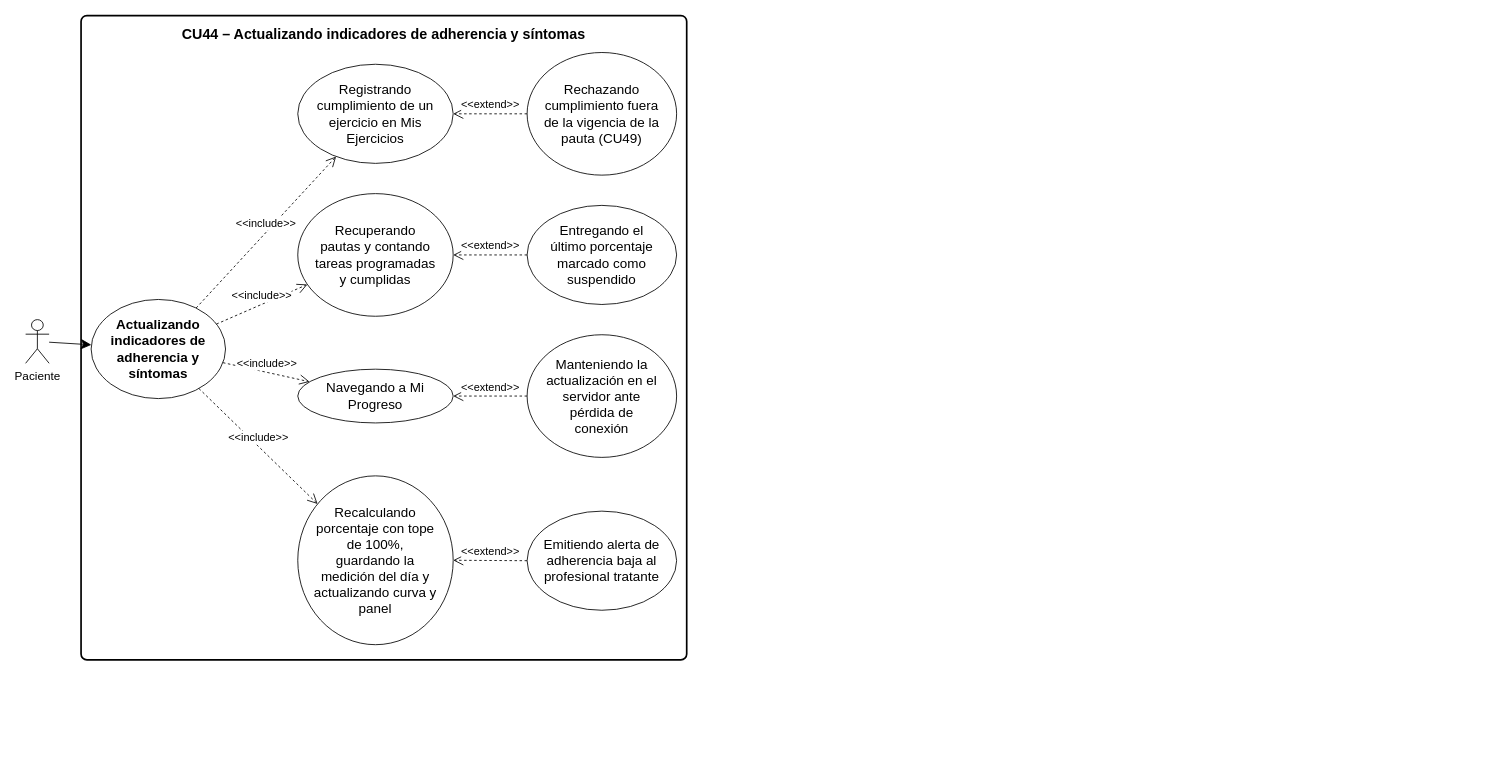
souln4me/IDS_Documentacion_Grupo17 keeps this draw.io diagram as Documento 0/Diagramas de CU/CU44.drawio. Above is the earlier version. Source tidied: cells renumbered, new cells numbered last; positions are measured from the earlier drawing's top-left corner, leaving out a move shared by most shapes. Both pictures are drawn from the tidied source at 84%, with x=0, y=0 at pixel (25, 15).
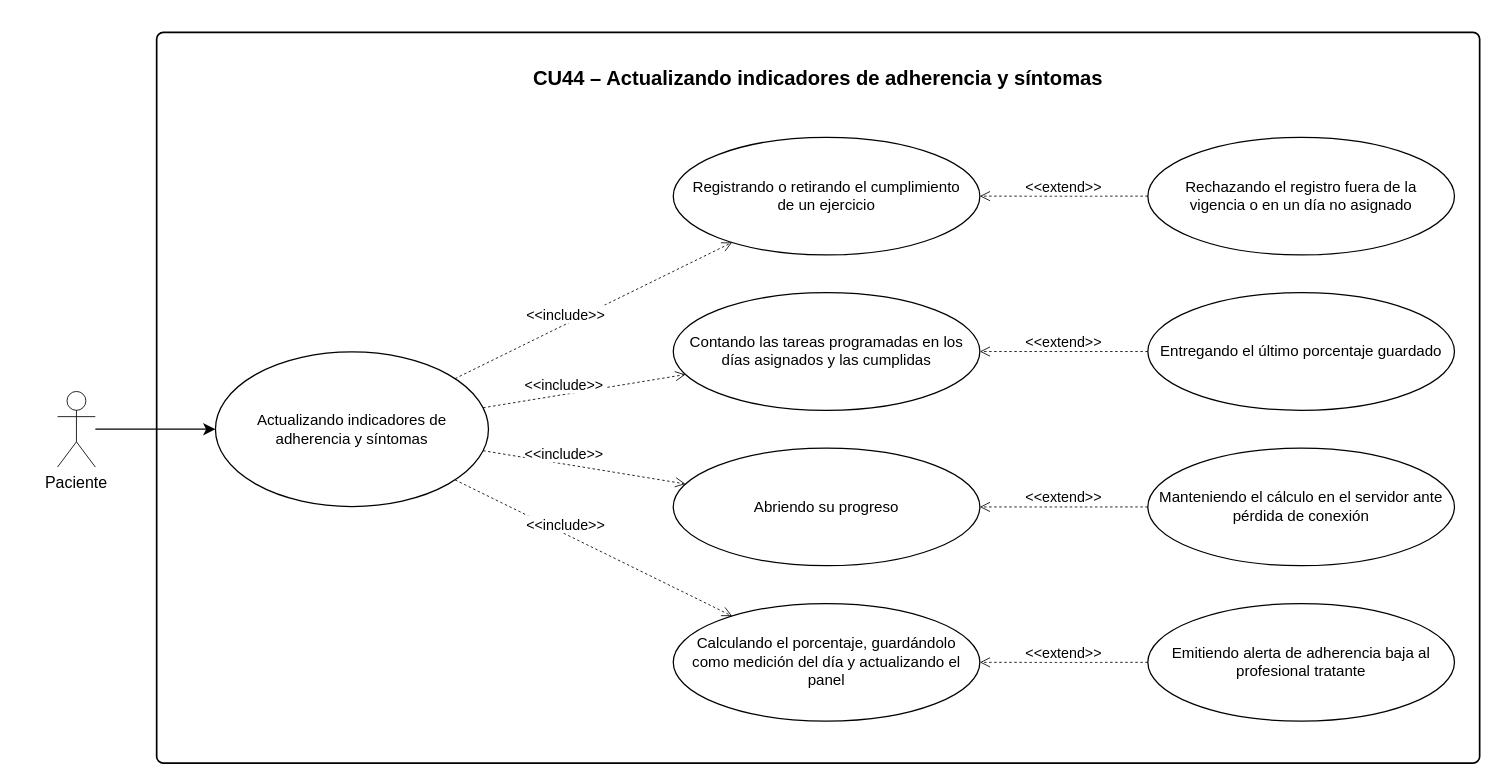
After the change.

The edit, as a diff of the source:
```diff
@@
-<mxGraphModel>
+<mxGraphModel background="#ffffff">
@@
-    <mxCell id="2" style="rounded=1;whiteSpace=wrap;html=1;absoluteArcSize=1;arcSize=14;strokeWidth=2;fillColor=none;" parent="1" vertex="1">
-      <mxGeometry x="66" width="721" height="767" as="geometry" />
-    </mxCell>
+    <mxCell id="23" style="rounded=1;whiteSpace=wrap;html=0;absoluteArcSize=1;arcSize=16;strokeWidth=2;fillColor=none;strokeColor=#000000;" parent="1" vertex="1">
+      <mxGeometry x="156" y="20" width="1575" height="870" as="geometry" />
+    </mxCell>
-    <mxCell id="3" value="CU44 – Actualizando indicadores de adherencia y síntomas" style="text;html=1;align=center;verticalAlign=middle;fontStyle=1;strokeColor=none;fillColor=none;fontSize=17;whiteSpace=wrap;" parent="1" vertex="1">
-      <mxGeometry x="76" y="6" width="701" height="34" as="geometry" />
+    <mxCell id="3" value="CU44 – Actualizando indicadores de adherencia y síntomas" style="text;html=0;align=center;verticalAlign=middle;fontStyle=1;strokeColor=none;fillColor=none;fontSize=24;fontFamily=Arial;fontColor=#000000;" parent="1" vertex="1">
+      <mxGeometry x="186" y="40" width="1515" height="65" as="geometry" />
     </mxCell>
-    <mxCell id="4" value="Actualizando indicadores de adherencia y síntomas" style="ellipse;whiteSpace=wrap;html=1;fontSize=16;spacing=0;spacingLeft=18;spacingRight=18;fontStyle=1;" parent="1" vertex="1">
-      <mxGeometry x="78" y="338" width="160" height="118" as="geometry" />
+    <mxCell id="4" value="Actualizando indicadores de adherencia y síntomas" style="ellipse;whiteSpace=wrap;html=0;align=center;verticalAlign=middle;fillColor=#FFFFFF;strokeColor=#000000;strokeWidth=1.5;fontFamily=Arial;fontSize=18;fontColor=#000000;spacing=12;" parent="1" vertex="1">
+      <mxGeometry x="226" y="400.5" width="325" height="184" as="geometry" />
     </mxCell>
-    <mxCell id="5" value="Registrando cumplimiento de un ejercicio en Mis Ejercicios" style="ellipse;whiteSpace=wrap;html=1;fontSize=16;spacing=0;spacingLeft=20;spacingRight=20;" parent="1" vertex="1">
-      <mxGeometry x="324" y="58" width="185" height="118" as="geometry" />
-    </mxCell>
-    <mxCell id="6" value="&amp;lt;&amp;lt;include&amp;gt;&amp;gt;" style="html=1;verticalAlign=bottom;labelBackgroundColor=#ffffff;endArrow=open;dashed=1;endSize=10;curved=0;rounded=0;fontSize=13;" parent="1" edge="1" source="4" target="5">
-      <mxGeometry relative="1" as="geometry" />
-    </mxCell>
-    <mxCell id="7" value="Rechazando cumplimiento fuera de la vigencia de la pauta (CU49)" style="ellipse;whiteSpace=wrap;html=1;fontSize=16;spacing=0;spacingLeft=20;spacingRight=20;" parent="1" vertex="1">
-      <mxGeometry x="597" y="44" width="178" height="146" as="geometry" />
-    </mxCell>
-    <mxCell id="8" value="&amp;lt;&amp;lt;extend&amp;gt;&amp;gt;" style="html=1;verticalAlign=bottom;labelBackgroundColor=#ffffff;endArrow=open;dashed=1;endSize=10;curved=0;rounded=0;fontSize=13;" parent="1" edge="1" source="7" target="5">
-      <mxGeometry relative="1" as="geometry" />
-    </mxCell>
-    <mxCell id="9" value="Recuperando pautas y contando tareas programadas y cumplidas" style="ellipse;whiteSpace=wrap;html=1;fontSize=16;spacing=0;spacingLeft=20;spacingRight=20;" parent="1" vertex="1">
-      <mxGeometry x="324" y="212" width="185" height="146" as="geometry" />
-    </mxCell>
-    <mxCell id="10" value="&amp;lt;&amp;lt;include&amp;gt;&amp;gt;" style="html=1;verticalAlign=bottom;labelBackgroundColor=#ffffff;endArrow=open;dashed=1;endSize=10;curved=0;rounded=0;fontSize=13;" parent="1" edge="1" source="4" target="9">
-      <mxGeometry relative="1" as="geometry" />
-    </mxCell>
-    <mxCell id="11" value="Entregando el último porcentaje marcado como suspendido" style="ellipse;whiteSpace=wrap;html=1;fontSize=16;spacing=0;spacingLeft=20;spacingRight=20;" parent="1" vertex="1">
-      <mxGeometry x="597" y="226" width="178" height="118" as="geometry" />
-    </mxCell>
-    <mxCell id="12" value="&amp;lt;&amp;lt;extend&amp;gt;&amp;gt;" style="html=1;verticalAlign=bottom;labelBackgroundColor=#ffffff;endArrow=open;dashed=1;endSize=10;curved=0;rounded=0;fontSize=13;" parent="1" edge="1" source="11" target="9">
-      <mxGeometry relative="1" as="geometry" />
-    </mxCell>
-    <mxCell id="13" value="Navegando a Mi Progreso" style="ellipse;whiteSpace=wrap;html=1;fontSize=16;spacing=0;spacingLeft=20;spacingRight=20;" parent="1" vertex="1">
-      <mxGeometry x="324" y="421" width="185" height="64" as="geometry" />
-    </mxCell>
-    <mxCell id="14" value="&amp;lt;&amp;lt;include&amp;gt;&amp;gt;" style="html=1;verticalAlign=bottom;labelBackgroundColor=#ffffff;endArrow=open;dashed=1;endSize=10;curved=0;rounded=0;fontSize=13;" parent="1" edge="1" source="4" target="13">
-      <mxGeometry relative="1" as="geometry" />
-    </mxCell>
-    <mxCell id="15" value="Manteniendo la actualización en el servidor ante pérdida de conexión" style="ellipse;whiteSpace=wrap;html=1;fontSize=16;spacing=0;spacingLeft=20;spacingRight=20;" parent="1" vertex="1">
-      <mxGeometry x="597" y="380" width="178" height="146" as="geometry" />
-    </mxCell>
-    <mxCell id="16" value="&amp;lt;&amp;lt;extend&amp;gt;&amp;gt;" style="html=1;verticalAlign=bottom;labelBackgroundColor=#ffffff;endArrow=open;dashed=1;endSize=10;curved=0;rounded=0;fontSize=13;" parent="1" edge="1" source="15" target="13">
-      <mxGeometry relative="1" as="geometry" />
-    </mxCell>
-    <mxCell id="17" value="Recalculando porcentaje con tope de 100%, guardando la medición del día y actualizando curva y panel" style="ellipse;whiteSpace=wrap;html=1;fontSize=16;spacing=0;spacingLeft=20;spacingRight=20;" parent="1" vertex="1">
-      <mxGeometry x="324" y="548" width="185" height="201" as="geometry" />
-    </mxCell>
-    <mxCell id="18" value="&amp;lt;&amp;lt;include&amp;gt;&amp;gt;" style="html=1;verticalAlign=bottom;labelBackgroundColor=#ffffff;endArrow=open;dashed=1;endSize=10;curved=0;rounded=0;fontSize=13;" parent="1" edge="1" source="4" target="17">
-      <mxGeometry relative="1" as="geometry" />
-    </mxCell>
-    <mxCell id="19" value="Emitiendo alerta de adherencia baja al profesional tratante" style="ellipse;whiteSpace=wrap;html=1;fontSize=16;spacing=0;spacingLeft=20;spacingRight=20;" parent="1" vertex="1">
-      <mxGeometry x="597" y="590" width="178" height="118" as="geometry" />
-    </mxCell>
-    <mxCell id="20" value="&amp;lt;&amp;lt;extend&amp;gt;&amp;gt;" style="html=1;verticalAlign=bottom;labelBackgroundColor=#ffffff;endArrow=open;dashed=1;endSize=10;curved=0;rounded=0;fontSize=13;" parent="1" edge="1" source="19" target="17">
-      <mxGeometry relative="1" as="geometry" />
-    </mxCell>
-    <mxCell id="21" value="Paciente" style="shape=umlActor;verticalLabelPosition=bottom;verticalAlign=top;html=1;outlineConnect=0;fontSize=14;" parent="1" vertex="1">
-      <mxGeometry y="362" width="28" height="52" as="geometry" />
+    <mxCell id="21" value="Paciente" style="shape=umlActor;verticalLabelPosition=bottom;verticalAlign=top;html=0;outlineConnect=0;fillColor=#FFFFFF;strokeColor=#000000;fontFamily=Arial;fontSize=19;fontColor=#000000;" parent="1" vertex="1">
+      <mxGeometry x="38" y="447.5" width="45" height="90" as="geometry" />
     </mxCell>
-    <mxCell id="22" style="html=1;endArrow=classic;endSize=10;curved=0;rounded=0;" parent="1" edge="1" source="21" target="4">
+    <mxCell id="22" style="html=0;endArrow=classic;endSize=10;curved=0;rounded=0;strokeColor=#000000;strokeWidth=1.5;" parent="1" edge="1" source="21" target="4">
       <mxGeometry relative="1" as="geometry" />
     </mxCell>
+    <mxCell id="24" value="Registrando o retirando el cumplimiento de un ejercicio" style="ellipse;whiteSpace=wrap;html=0;align=center;verticalAlign=middle;fillColor=#FFFFFF;strokeColor=#000000;strokeWidth=1.5;fontFamily=Arial;fontSize=18;fontColor=#000000;spacing=12;" parent="1" vertex="1">
+      <mxGeometry x="771" y="145" width="365" height="140" as="geometry" />
+    </mxCell>
+    <mxCell id="25" value="&lt;&lt;include&gt;&gt;" style="html=0;verticalAlign=bottom;endArrow=open;endFill=0;dashed=1;endSize=10;curved=0;rounded=0;strokeColor=#000000;fontColor=#000000;fontFamily=Arial;fontSize=17;labelBackgroundColor=#FFFFFF;" parent="1" edge="1" source="4" target="24">
+      <mxGeometry x="-0.2" relative="1" as="geometry" />
+    </mxCell>
+    <mxCell id="26" value="Contando las tareas programadas en los días asignados y las cumplidas" style="ellipse;whiteSpace=wrap;html=0;align=center;verticalAlign=middle;fillColor=#FFFFFF;strokeColor=#000000;strokeWidth=1.5;fontFamily=Arial;fontSize=18;fontColor=#000000;spacing=12;" parent="1" vertex="1">
+      <mxGeometry x="771" y="330" width="365" height="140" as="geometry" />
+    </mxCell>
+    <mxCell id="27" value="&lt;&lt;include&gt;&gt;" style="html=0;verticalAlign=bottom;endArrow=open;endFill=0;dashed=1;endSize=10;curved=0;rounded=0;strokeColor=#000000;fontColor=#000000;fontFamily=Arial;fontSize=17;labelBackgroundColor=#FFFFFF;" parent="1" edge="1" source="4" target="26">
+      <mxGeometry x="-0.2" relative="1" as="geometry" />
+    </mxCell>
+    <mxCell id="28" value="Abriendo su progreso" style="ellipse;whiteSpace=wrap;html=0;align=center;verticalAlign=middle;fillColor=#FFFFFF;strokeColor=#000000;strokeWidth=1.5;fontFamily=Arial;fontSize=18;fontColor=#000000;spacing=12;" parent="1" vertex="1">
+      <mxGeometry x="771" y="515" width="365" height="140" as="geometry" />
+    </mxCell>
+    <mxCell id="29" value="&lt;&lt;include&gt;&gt;" style="html=0;verticalAlign=bottom;endArrow=open;endFill=0;dashed=1;endSize=10;curved=0;rounded=0;strokeColor=#000000;fontColor=#000000;fontFamily=Arial;fontSize=17;labelBackgroundColor=#FFFFFF;" parent="1" edge="1" source="4" target="28">
+      <mxGeometry x="-0.2" relative="1" as="geometry" />
+    </mxCell>
+    <mxCell id="30" value="Calculando el porcentaje, guardándolo como medición del día y actualizando el panel" style="ellipse;whiteSpace=wrap;html=0;align=center;verticalAlign=middle;fillColor=#FFFFFF;strokeColor=#000000;strokeWidth=1.5;fontFamily=Arial;fontSize=18;fontColor=#000000;spacing=12;" parent="1" vertex="1">
+      <mxGeometry x="771" y="700" width="365" height="140" as="geometry" />
+    </mxCell>
+    <mxCell id="31" value="&lt;&lt;include&gt;&gt;" style="html=0;verticalAlign=bottom;endArrow=open;endFill=0;dashed=1;endSize=10;curved=0;rounded=0;strokeColor=#000000;fontColor=#000000;fontFamily=Arial;fontSize=17;labelBackgroundColor=#FFFFFF;" parent="1" edge="1" source="4" target="30">
+      <mxGeometry x="-0.2" relative="1" as="geometry" />
+    </mxCell>
+    <mxCell id="32" value="Rechazando el registro fuera de la vigencia o en un día no asignado" style="ellipse;whiteSpace=wrap;html=0;align=center;verticalAlign=middle;fillColor=#FFFFFF;strokeColor=#000000;strokeWidth=1.5;fontFamily=Arial;fontSize=18;fontColor=#000000;spacing=12;" parent="1" vertex="1">
+      <mxGeometry x="1336" y="145" width="365" height="140" as="geometry" />
+    </mxCell>
+    <mxCell id="33" value="&lt;&lt;extend&gt;&gt;" style="html=0;verticalAlign=bottom;endArrow=open;endFill=0;dashed=1;endSize=10;curved=0;rounded=0;strokeColor=#000000;fontColor=#000000;fontFamily=Arial;fontSize=17;labelBackgroundColor=#FFFFFF;" parent="1" edge="1" source="32" target="24">
+      <mxGeometry relative="1" as="geometry" />
+    </mxCell>
+    <mxCell id="34" value="Entregando el último porcentaje guardado" style="ellipse;whiteSpace=wrap;html=0;align=center;verticalAlign=middle;fillColor=#FFFFFF;strokeColor=#000000;strokeWidth=1.5;fontFamily=Arial;fontSize=18;fontColor=#000000;spacing=12;" parent="1" vertex="1">
+      <mxGeometry x="1336" y="330" width="365" height="140" as="geometry" />
+    </mxCell>
+    <mxCell id="35" value="&lt;&lt;extend&gt;&gt;" style="html=0;verticalAlign=bottom;endArrow=open;endFill=0;dashed=1;endSize=10;curved=0;rounded=0;strokeColor=#000000;fontColor=#000000;fontFamily=Arial;fontSize=17;labelBackgroundColor=#FFFFFF;" parent="1" edge="1" source="34" target="26">
+      <mxGeometry relative="1" as="geometry" />
+    </mxCell>
+    <mxCell id="36" value="Manteniendo el cálculo en el servidor ante pérdida de conexión" style="ellipse;whiteSpace=wrap;html=0;align=center;verticalAlign=middle;fillColor=#FFFFFF;strokeColor=#000000;strokeWidth=1.5;fontFamily=Arial;fontSize=18;fontColor=#000000;spacing=12;" parent="1" vertex="1">
+      <mxGeometry x="1336" y="515" width="365" height="140" as="geometry" />
+    </mxCell>
+    <mxCell id="37" value="&lt;&lt;extend&gt;&gt;" style="html=0;verticalAlign=bottom;endArrow=open;endFill=0;dashed=1;endSize=10;curved=0;rounded=0;strokeColor=#000000;fontColor=#000000;fontFamily=Arial;fontSize=17;labelBackgroundColor=#FFFFFF;" parent="1" edge="1" source="36" target="28">
+      <mxGeometry relative="1" as="geometry" />
+    </mxCell>
+    <mxCell id="19" value="Emitiendo alerta de adherencia baja al profesional tratante" style="ellipse;whiteSpace=wrap;html=0;align=center;verticalAlign=middle;fillColor=#FFFFFF;strokeColor=#000000;strokeWidth=1.5;fontFamily=Arial;fontSize=18;fontColor=#000000;spacing=12;" parent="1" vertex="1">
+      <mxGeometry x="1336" y="700" width="365" height="140" as="geometry" />
+    </mxCell>
+    <mxCell id="38" value="&lt;&lt;extend&gt;&gt;" style="html=0;verticalAlign=bottom;endArrow=open;endFill=0;dashed=1;endSize=10;curved=0;rounded=0;strokeColor=#000000;fontColor=#000000;fontFamily=Arial;fontSize=17;labelBackgroundColor=#FFFFFF;" parent="1" edge="1" source="19" target="30">
+      <mxGeometry relative="1" as="geometry" />
+    </mxCell>
```
